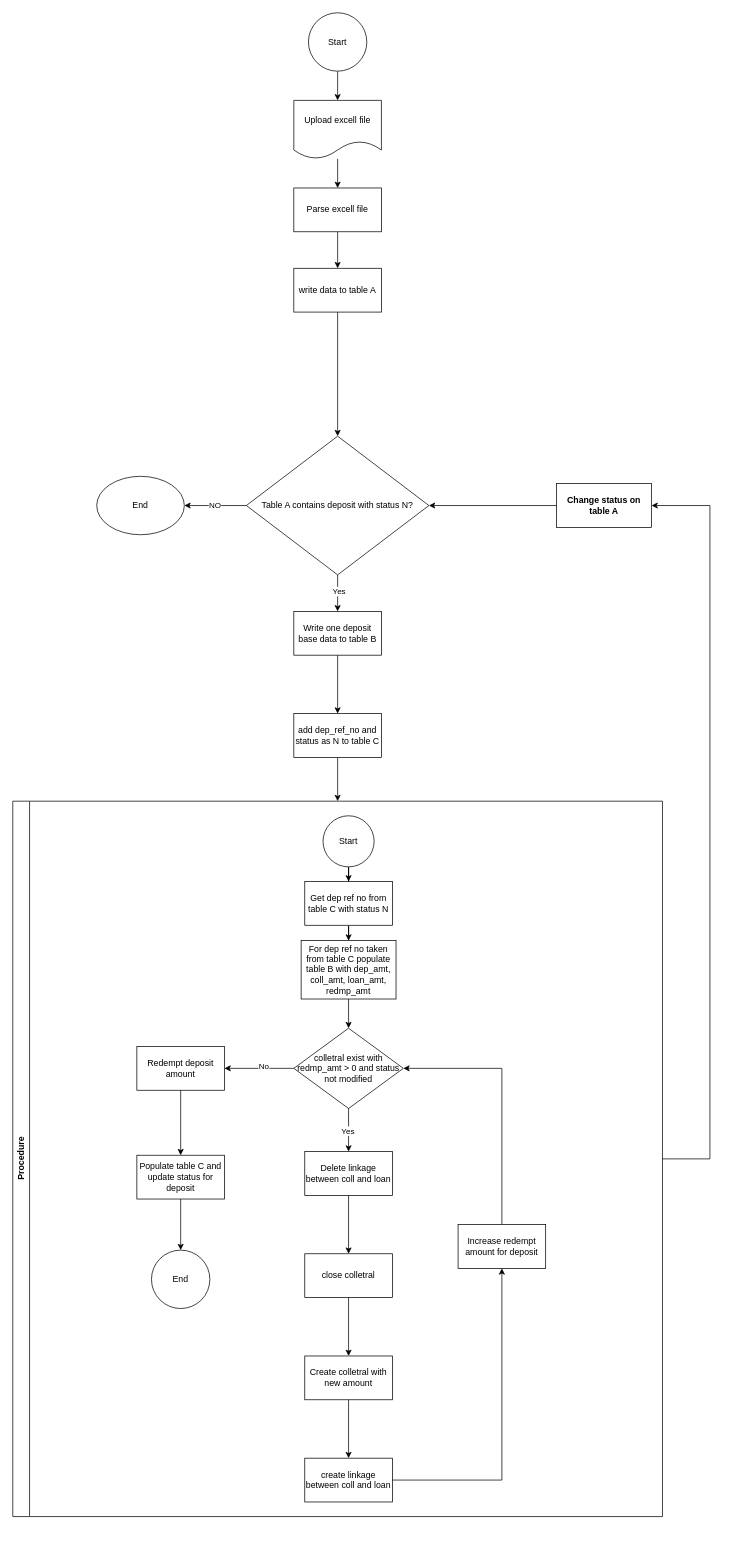
Above: Untitled Diagram.drawio in mhasanov1996/diagrams (draw.io), before the change. Source tidied: cells renumbered, new cells numbered last; positions are measured from the earlier drawing's top-left corner, leaving out a move shared by most shapes. Both pictures are drawn from the tidied source at 73%, with x=0, y=0 at pixel (12, 12).
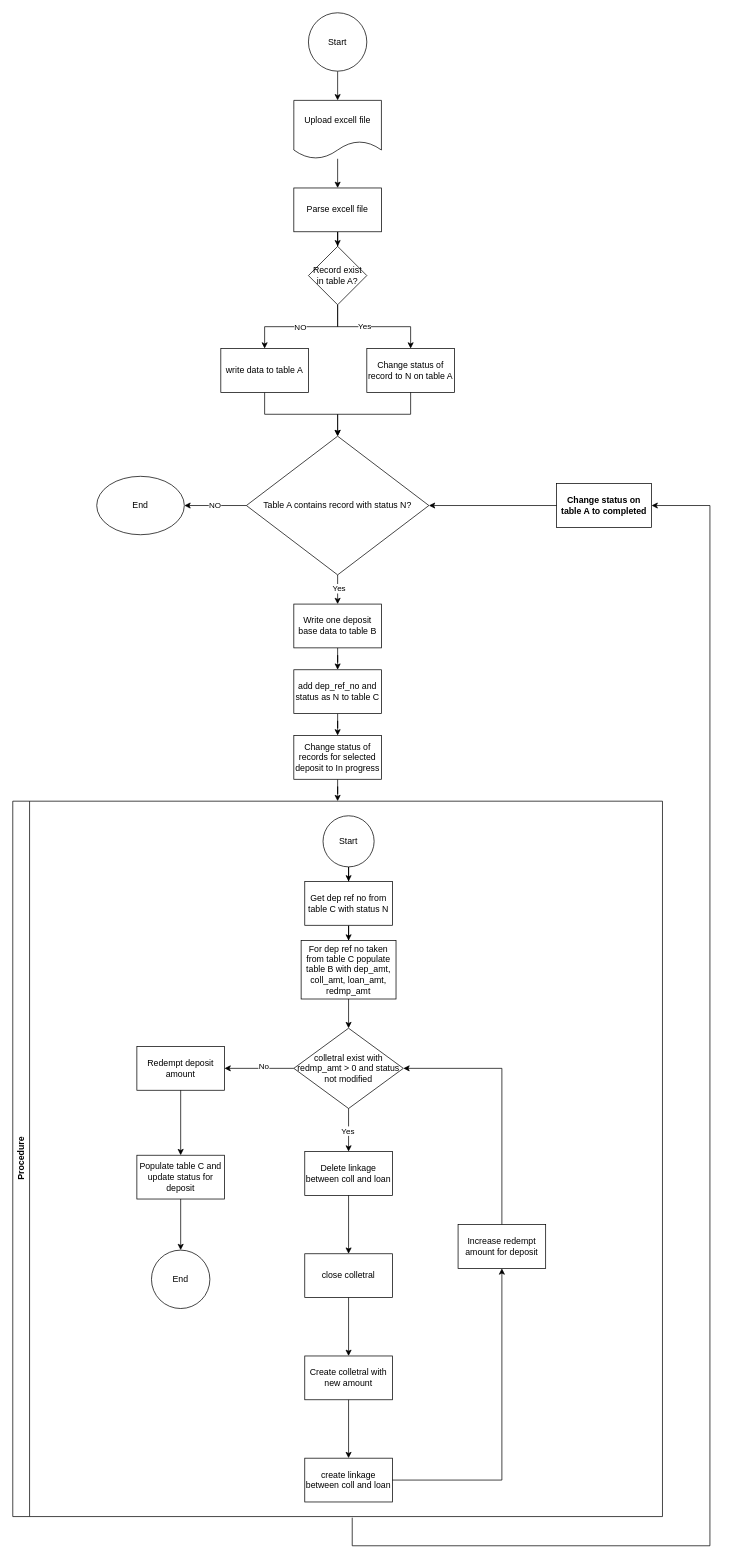
Above is the later version.

The change refers to these unchanged cells:
```xml
<mxCell id="7" value="Parse excell file" style="whiteSpace=wrap;html=1;" parent="1" vertex="1">
  <mxGeometry x="385" y="240" width="120" height="60" as="geometry" />
</mxCell>
<mxCell id="18" value="Procedure" style="swimlane;horizontal=0;whiteSpace=wrap;html=1;" parent="1" vertex="1">
  <mxGeometry y="1080" width="890" height="980" as="geometry" />
</mxCell>
```

Change to the diagram source:
```diff
@@
-    <mxCell id="6" style="edgeStyle=orthogonalEdgeStyle;rounded=0;jettySize=auto;html=1;" parent="1" edge="1" source="7" target="9">
-      <mxGeometry relative="1" as="geometry" />
-    </mxCell>
+    <mxCell id="49" style="edgeStyle=orthogonalEdgeStyle;rounded=0;jettySize=auto;html=1;" parent="1" edge="1" source="7" target="55">
+      <mxGeometry relative="1" as="geometry" />
+    </mxCell>
@@
     <mxCell id="9" value="write data to table A" style="whiteSpace=wrap;html=1;" parent="1" vertex="1">
-      <mxGeometry x="385" y="350" width="120" height="60" as="geometry" />
+      <mxGeometry x="285" y="460" width="120" height="60" as="geometry" />
     </mxCell>
@@
     <mxCell id="11" value="Write one deposit base data to table B" style="whiteSpace=wrap;html=1;" parent="1" vertex="1">
-      <mxGeometry x="385" y="820" width="120" height="60" as="geometry" />
+      <mxGeometry x="385" y="810" width="120" height="60" as="geometry" />
     </mxCell>
@@
-    <mxCell id="15" value="Table A contains deposit with status N?" style="rhombus;whiteSpace=wrap;html=1;" parent="1" vertex="1">
+    <mxCell id="15" value="Table A contains record with status N?" style="rhombus;whiteSpace=wrap;html=1;" parent="1" vertex="1">
       <mxGeometry x="320" y="580" width="250" height="190" as="geometry" />
     </mxCell>
@@
-    <mxCell id="17" style="edgeStyle=orthogonalEdgeStyle;rounded=0;jettySize=auto;html=1;exitX=1;exitY=0.5;exitDx=0;exitDy=0;entryX=1;entryY=0.5;entryDx=0;entryDy=0;" parent="1" edge="1" source="18" target="47">
+    <mxCell id="17" style="edgeStyle=orthogonalEdgeStyle;rounded=0;jettySize=auto;html=1;entryX=1;entryY=0.5;entryDx=0;entryDy=0;" parent="1" edge="1" target="47">
       <mxGeometry relative="1" as="geometry">
+        <mxPoint x="465" y="2061.5" as="sourcePoint" />
         <Array as="points">
-          <mxPoint x="955" y="1570" />
+          <mxPoint x="465" y="2100" />
+          <mxPoint x="955" y="2100" />
           <mxPoint x="955" y="675" />
         </Array>
       </mxGeometry>
     </mxCell>
@@
-    <mxCell id="45" style="edgeStyle=orthogonalEdgeStyle;rounded=0;jettySize=auto;html=1;entryX=0.5;entryY=0;entryDx=0;entryDy=0;" parent="1" edge="1" source="46" target="18">
-      <mxGeometry relative="1" as="geometry" />
-    </mxCell>
+    <mxCell id="50" style="edgeStyle=orthogonalEdgeStyle;rounded=0;jettySize=auto;html=1;entryX=0.5;entryY=0;entryDx=0;entryDy=0;" parent="1" edge="1" source="46" target="59">
+      <mxGeometry relative="1" as="geometry" />
+    </mxCell>
     <mxCell id="46" value="add dep_ref_no and status as N to table C" style="whiteSpace=wrap;html=1;" parent="1" vertex="1">
-      <mxGeometry x="385" y="960" width="120" height="60" as="geometry" />
+      <mxGeometry x="385" y="900" width="120" height="60" as="geometry" />
     </mxCell>
-    <mxCell id="47" value="Change status on table A" style="whiteSpace=wrap;html=1;fontStyle=1;startSize=23;" parent="1" vertex="1">
+    <mxCell id="47" value="Change status on table A to completed" style="whiteSpace=wrap;html=1;fontStyle=1;startSize=23;" parent="1" vertex="1">
       <mxGeometry x="745" y="645" width="130" height="60" as="geometry" />
     </mxCell>
@@
+    <mxCell id="51" style="edgeStyle=orthogonalEdgeStyle;rounded=0;jettySize=auto;html=1;" parent="1" edge="1" source="55" target="56">
+      <mxGeometry relative="1" as="geometry" />
+    </mxCell>
+    <mxCell id="52" value="Yes" style="edgeLabel;html=1;align=center;verticalAlign=middle;" parent="51" vertex="1">
+      <mxGeometry x="-0.17" y="1" relative="1" as="geometry" />
+    </mxCell>
+    <mxCell id="53" style="edgeStyle=orthogonalEdgeStyle;rounded=0;jettySize=auto;html=1;" parent="1" edge="1" source="55" target="9">
+      <mxGeometry relative="1" as="geometry">
+        <Array as="points">
+          <mxPoint x="445" y="430" />
+          <mxPoint x="345" y="430" />
+        </Array>
+      </mxGeometry>
+    </mxCell>
+    <mxCell id="54" value="NO" style="edgeLabel;html=1;align=center;verticalAlign=middle;" parent="53" vertex="1">
+      <mxGeometry x="0.03" relative="1" as="geometry" />
+    </mxCell>
+    <mxCell id="55" value="Record exist in table A?" style="rhombus;whiteSpace=wrap;html=1;" parent="1" vertex="1">
+      <mxGeometry x="405" y="320" width="80" height="80" as="geometry" />
+    </mxCell>
+    <mxCell id="56" value="Change status of record to N on table A" style="whiteSpace=wrap;html=1;" parent="1" vertex="1">
+      <mxGeometry x="485" y="460" width="120" height="60" as="geometry" />
+    </mxCell>
+    <mxCell id="57" style="edgeStyle=orthogonalEdgeStyle;rounded=0;jettySize=auto;html=1;entryX=0.5;entryY=0;entryDx=0;entryDy=0;" parent="1" edge="1" source="56" target="15">
+      <mxGeometry relative="1" as="geometry" />
+    </mxCell>
+    <mxCell id="58" style="edgeStyle=orthogonalEdgeStyle;rounded=0;jettySize=auto;html=1;entryX=0.5;entryY=0;entryDx=0;entryDy=0;" parent="1" edge="1" source="59" target="18">
+      <mxGeometry relative="1" as="geometry" />
+    </mxCell>
+    <mxCell id="59" value="Change status of records for selected deposit to In progress" style="rounded=0;whiteSpace=wrap;html=1;" parent="1" vertex="1">
+      <mxGeometry x="385" y="990" width="120" height="60" as="geometry" />
+    </mxCell>
```
